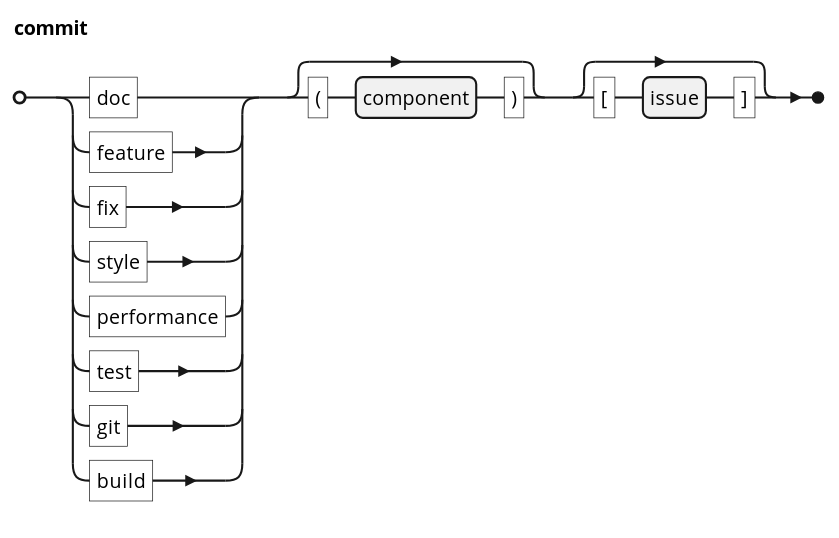
The PlantUML diagram media/commit-style.svg in Tan630/Agolearn, before a commit. Its diagram source:
```plantuml
@startebnf
skinparam defaultfontname "Open Sans"
commit = ("doc" | "feature" | "fix" | "style" | "performance" | "test" | "git" | "build"), ["(", component,")"], ["[", issue, "]"];
@endebnf
```
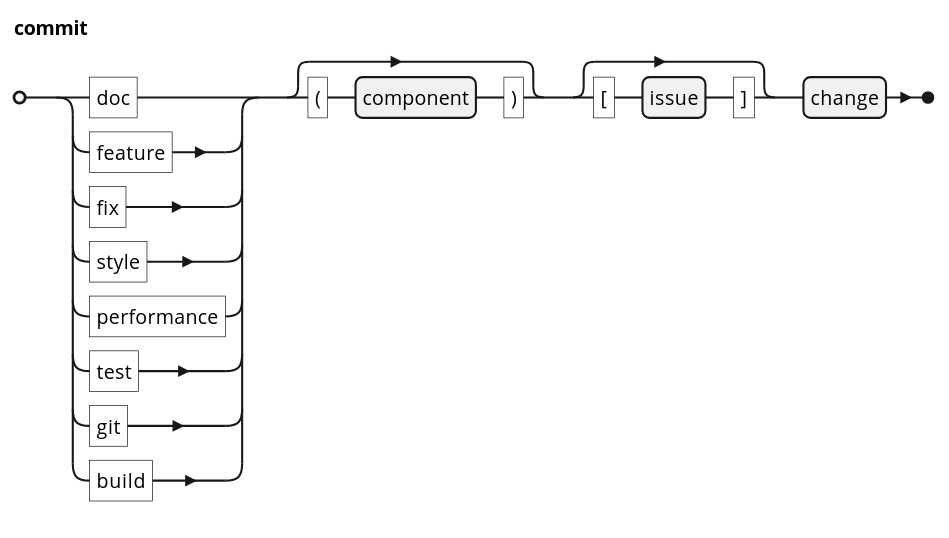
Above is the later version.

Change to the diagram source:
```diff
@@ -1,4 +1,4 @@
 @startebnf
 skinparam defaultfontname "Open Sans"
-commit = ("doc" | "feature" | "fix" | "style" | "performance" | "test" | "git" | "build"), ["(", component,")"], ["[", issue, "]"];
+commit = ("doc" | "feature" | "fix" | "style" | "performance" | "test" | "git" | "build"), ["(", component,")"], ["[", issue, "]"], change;
 @endebnf
```
